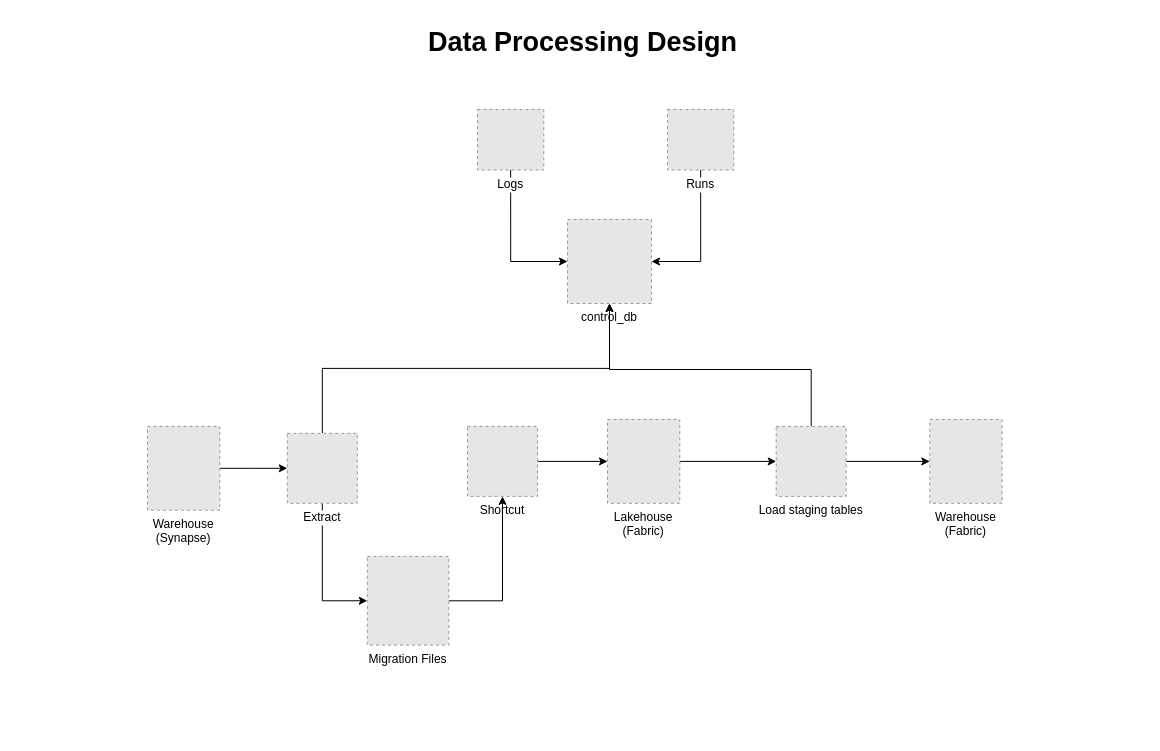
The draw.io diagram microsoft_fabric/adventure_works_dw_2022_migration/docs/data_processing_design.drawio in WilderJoseth/data-engineering-projects, before the edit. Source tidied: cells renumbered, new cells numbered last; positions are measured from the earlier drawing's top-left corner, leaving out a move shared by most shapes. Both pictures are drawn from the tidied source at 100%, with x=0, y=0 at pixel (147, 17). Pictures stored in the file or linked from it are replaced by grey dashed boxes.
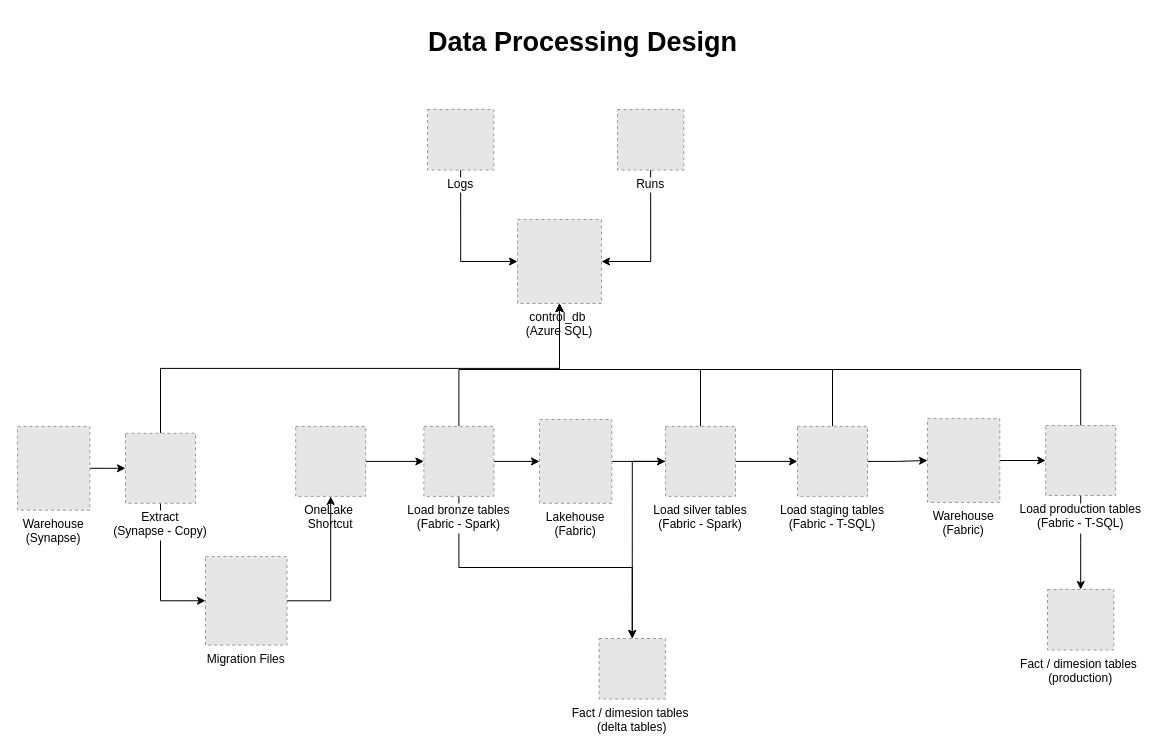
Above is the later version.

Commit message (it also covers changes not shown here):
add data processing diagram

The edit, as a diff of the source:
```diff
@@
-    <mxCell id="2" value="control_db" style="fillColor=#E6E6E6;strokeColor=#999999;dashed=1;verticalLabelPosition=bottom;labelBackgroundColor=default;verticalAlign=top;" parent="1" vertex="1">
-      <mxGeometry x="420" y="202" width="84" height="84" as="geometry" />
+    <mxCell id="2" value="control_db &#10;(Azure SQL)" style="fillColor=#E6E6E6;strokeColor=#999999;dashed=1;verticalLabelPosition=bottom;labelBackgroundColor=default;verticalAlign=top;" parent="1" vertex="1">
+      <mxGeometry x="370" y="202" width="84" height="84" as="geometry" />
     </mxCell>
+    <mxCell id="23" style="edgeStyle=orthogonalEdgeStyle;rounded=0;jettySize=auto;html=1;" parent="1" edge="1" source="3" target="39">
+      <mxGeometry relative="1" as="geometry" />
+    </mxCell>
     <mxCell id="3" value="Warehouse&#10;(Fabric)" style="fillColor=#E6E6E6;strokeColor=#999999;dashed=1;verticalLabelPosition=bottom;labelBackgroundColor=default;verticalAlign=top;" parent="1" vertex="1">
-      <mxGeometry x="782.3" y="402" width="72.3" height="83.8" as="geometry" />
+      <mxGeometry x="780" y="401.1" width="72.3" height="83.8" as="geometry" />
     </mxCell>
-    <mxCell id="4" style="edgeStyle=orthogonalEdgeStyle;rounded=0;jettySize=auto;html=1;entryX=0;entryY=0.5;entryDx=0;entryDy=0;" parent="1" edge="1" source="5" target="17">
-      <mxGeometry relative="1" as="geometry" />
-    </mxCell>
+    <mxCell id="24" style="edgeStyle=orthogonalEdgeStyle;rounded=0;jettySize=auto;html=1;" parent="1" edge="1" source="5" target="20">
+      <mxGeometry relative="1" as="geometry" />
+    </mxCell>
-    <mxCell id="5" value="Shortcut" style="fillColor=#E6E6E6;strokeColor=#999999;dashed=1;verticalLabelPosition=bottom;labelBackgroundColor=default;verticalAlign=top;" parent="1" vertex="1">
-      <mxGeometry x="320" y="408.9" width="70" height="70" as="geometry" />
+    <mxCell id="5" value="OneLake &#10;Shortcut" style="fillColor=#E6E6E6;strokeColor=#999999;dashed=1;verticalLabelPosition=bottom;labelBackgroundColor=default;verticalAlign=top;" parent="1" vertex="1">
+      <mxGeometry x="148.2" y="408.9" width="70" height="70" as="geometry" />
     </mxCell>
@@
     <mxCell id="8" value="Logs" style="fillColor=#E6E6E6;strokeColor=#999999;dashed=1;verticalLabelPosition=bottom;labelBackgroundColor=default;verticalAlign=top;" parent="1" vertex="1">
-      <mxGeometry x="330" y="92" width="66.3" height="60.5" as="geometry" />
+      <mxGeometry x="280" y="92" width="66.3" height="60.5" as="geometry" />
     </mxCell>
@@
     <mxCell id="10" value="Warehouse&#10;(Synapse)" style="fillColor=#E6E6E6;strokeColor=#999999;dashed=1;verticalLabelPosition=bottom;labelBackgroundColor=default;verticalAlign=top;" parent="1" vertex="1">
-      <mxGeometry y="408.9" width="72.3" height="83.8" as="geometry" />
+      <mxGeometry x="-130" y="408.9" width="72.3" height="83.8" as="geometry" />
     </mxCell>
@@
     <mxCell id="12" value="Runs" style="fillColor=#E6E6E6;strokeColor=#999999;dashed=1;verticalLabelPosition=bottom;labelBackgroundColor=default;verticalAlign=top;" parent="1" vertex="1">
-      <mxGeometry x="520" y="92" width="66.3" height="60.5" as="geometry" />
+      <mxGeometry x="470" y="92" width="66.3" height="60.5" as="geometry" />
     </mxCell>
@@
-    <mxCell id="15" value="Extract" style="fillColor=#E6E6E6;strokeColor=#999999;dashed=1;verticalLabelPosition=bottom;labelBackgroundColor=default;verticalAlign=top;" parent="1" vertex="1">
-      <mxGeometry x="139.8" y="415.8" width="70" height="70" as="geometry" />
+    <mxCell id="15" value="Extract&#10;(Synapse - Copy)" style="fillColor=#E6E6E6;strokeColor=#999999;dashed=1;verticalLabelPosition=bottom;labelBackgroundColor=default;verticalAlign=top;" parent="1" vertex="1">
+      <mxGeometry x="-22" y="415.8" width="70" height="70" as="geometry" />
     </mxCell>
-    <mxCell id="16" style="edgeStyle=orthogonalEdgeStyle;rounded=0;jettySize=auto;html=1;entryX=0;entryY=0.5;entryDx=0;entryDy=0;" parent="1" edge="1" source="17" target="20">
-      <mxGeometry relative="1" as="geometry" />
-    </mxCell>
+    <mxCell id="25" style="edgeStyle=orthogonalEdgeStyle;rounded=0;jettySize=auto;html=1;" parent="1" edge="1" source="17" target="31">
+      <mxGeometry relative="1" as="geometry" />
+    </mxCell>
     <mxCell id="17" value="Lakehouse&#10;(Fabric)" style="fillColor=#E6E6E6;strokeColor=#999999;dashed=1;verticalLabelPosition=bottom;labelBackgroundColor=default;verticalAlign=top;" parent="1" vertex="1">
-      <mxGeometry x="460" y="402" width="72.3" height="83.8" as="geometry" />
+      <mxGeometry x="392" y="402" width="72.3" height="83.8" as="geometry" />
     </mxCell>
-    <mxCell id="18" style="edgeStyle=orthogonalEdgeStyle;rounded=0;jettySize=auto;html=1;" parent="1" edge="1" source="20" target="3">
-      <mxGeometry relative="1" as="geometry" />
-    </mxCell>
+    <mxCell id="26" style="edgeStyle=orthogonalEdgeStyle;rounded=0;jettySize=auto;html=1;" parent="1" edge="1" source="20" target="17">
+      <mxGeometry relative="1" as="geometry" />
+    </mxCell>
     <mxCell id="19" style="edgeStyle=orthogonalEdgeStyle;rounded=0;jettySize=auto;html=1;entryX=0.5;entryY=1;entryDx=0;entryDy=0;exitX=0.5;exitY=0;exitDx=0;exitDy=0;" parent="1" edge="1" source="20" target="2">
       <mxGeometry relative="1" as="geometry">
         <Array as="points">
-          <mxPoint x="664" y="352" />
-          <mxPoint x="462" y="352" />
+          <mxPoint x="311" y="352" />
+          <mxPoint x="412" y="352" />
         </Array>
       </mxGeometry>
     </mxCell>
+    <mxCell id="27" style="edgeStyle=orthogonalEdgeStyle;rounded=0;jettySize=auto;html=1;entryX=0.5;entryY=0;entryDx=0;entryDy=0;exitX=0.5;exitY=1;exitDx=0;exitDy=0;" parent="1" edge="1" source="20" target="32">
+      <mxGeometry relative="1" as="geometry" />
+    </mxCell>
-    <mxCell id="20" value="Load staging tables" style="fillColor=#E6E6E6;strokeColor=#999999;dashed=1;verticalLabelPosition=bottom;labelBackgroundColor=default;verticalAlign=top;" parent="1" vertex="1">
-      <mxGeometry x="628.7" y="408.9" width="70" height="70" as="geometry" />
+    <mxCell id="20" value="Load bronze tables&#10;(Fabric - Spark)" style="fillColor=#E6E6E6;strokeColor=#999999;dashed=1;verticalLabelPosition=bottom;labelBackgroundColor=default;verticalAlign=top;" parent="1" vertex="1">
+      <mxGeometry x="276.4" y="408.9" width="70" height="70" as="geometry" />
     </mxCell>
@@
     <mxCell id="22" value="Migration Files" style="fillColor=#E6E6E6;strokeColor=#999999;dashed=1;verticalLabelPosition=bottom;labelBackgroundColor=default;verticalAlign=top;" parent="1" vertex="1">
-      <mxGeometry x="219.8" y="538.9" width="81.5" height="88.7" as="geometry" />
+      <mxGeometry x="58" y="538.9" width="81.5" height="88.7" as="geometry" />
     </mxCell>
+    <mxCell id="28" style="edgeStyle=orthogonalEdgeStyle;rounded=0;jettySize=auto;html=1;entryX=0.5;entryY=0;entryDx=0;entryDy=0;" parent="1" edge="1" source="31" target="32">
+      <mxGeometry relative="1" as="geometry" />
+    </mxCell>
+    <mxCell id="29" style="edgeStyle=orthogonalEdgeStyle;rounded=0;jettySize=auto;html=1;entryX=0.5;entryY=1;entryDx=0;entryDy=0;" parent="1" edge="1" source="31" target="2">
+      <mxGeometry relative="1" as="geometry">
+        <Array as="points">
+          <mxPoint x="553" y="352" />
+          <mxPoint x="412" y="352" />
+        </Array>
+      </mxGeometry>
+    </mxCell>
+    <mxCell id="30" style="edgeStyle=orthogonalEdgeStyle;rounded=0;jettySize=auto;html=1;" parent="1" edge="1" source="31" target="35">
+      <mxGeometry relative="1" as="geometry" />
+    </mxCell>
+    <mxCell id="31" value="Load silver tables&#10;(Fabric - Spark)" style="fillColor=#E6E6E6;strokeColor=#999999;dashed=1;verticalLabelPosition=bottom;labelBackgroundColor=default;verticalAlign=top;" parent="1" vertex="1">
+      <mxGeometry x="518" y="408.9" width="70" height="70" as="geometry" />
+    </mxCell>
+    <mxCell id="32" value="Fact / dimesion tables &#10;(delta tables)" style="fillColor=#E6E6E6;strokeColor=#999999;dashed=1;verticalLabelPosition=bottom;labelBackgroundColor=default;verticalAlign=top;" parent="1" vertex="1">
+      <mxGeometry x="451.6" y="621" width="66.3" height="60.5" as="geometry" />
+    </mxCell>
+    <mxCell id="33" style="edgeStyle=orthogonalEdgeStyle;rounded=0;jettySize=auto;html=1;exitX=1;exitY=0.5;exitDx=0;exitDy=0;entryX=0;entryY=0.5;entryDx=0;entryDy=0;" parent="1" edge="1" source="35" target="3">
+      <mxGeometry relative="1" as="geometry" />
+    </mxCell>
+    <mxCell id="34" style="edgeStyle=orthogonalEdgeStyle;rounded=0;jettySize=auto;html=1;entryX=0.5;entryY=1;entryDx=0;entryDy=0;" parent="1" edge="1" source="35" target="2">
+      <mxGeometry relative="1" as="geometry">
+        <Array as="points">
+          <mxPoint x="685" y="352" />
+          <mxPoint x="412" y="352" />
+        </Array>
+      </mxGeometry>
+    </mxCell>
+    <mxCell id="35" value="Load staging tables&#10;(Fabric - T-SQL)" style="fillColor=#E6E6E6;strokeColor=#999999;dashed=1;verticalLabelPosition=bottom;labelBackgroundColor=default;verticalAlign=top;" parent="1" vertex="1">
+      <mxGeometry x="650" y="408.9" width="70" height="70" as="geometry" />
+    </mxCell>
+    <mxCell id="36" value="Fact / dimesion tables &#10;(production)" style="fillColor=#E6E6E6;strokeColor=#999999;dashed=1;verticalLabelPosition=bottom;labelBackgroundColor=default;verticalAlign=top;" parent="1" vertex="1">
+      <mxGeometry x="900" y="572" width="66.3" height="60.5" as="geometry" />
+    </mxCell>
+    <mxCell id="37" style="edgeStyle=orthogonalEdgeStyle;rounded=0;jettySize=auto;html=1;" parent="1" edge="1" source="39" target="36">
+      <mxGeometry relative="1" as="geometry" />
+    </mxCell>
+    <mxCell id="38" style="edgeStyle=orthogonalEdgeStyle;rounded=0;jettySize=auto;html=1;entryX=0.5;entryY=1;entryDx=0;entryDy=0;" parent="1" edge="1" source="39" target="2">
+      <mxGeometry relative="1" as="geometry">
+        <Array as="points">
+          <mxPoint x="933" y="352" />
+          <mxPoint x="412" y="352" />
+        </Array>
+      </mxGeometry>
+    </mxCell>
+    <mxCell id="39" value="Load production tables&#10;(Fabric - T-SQL)" style="fillColor=#E6E6E6;strokeColor=#999999;dashed=1;verticalLabelPosition=bottom;labelBackgroundColor=default;verticalAlign=top;" parent="1" vertex="1">
+      <mxGeometry x="898.2" y="408" width="70" height="70" as="geometry" />
+    </mxCell>
```
